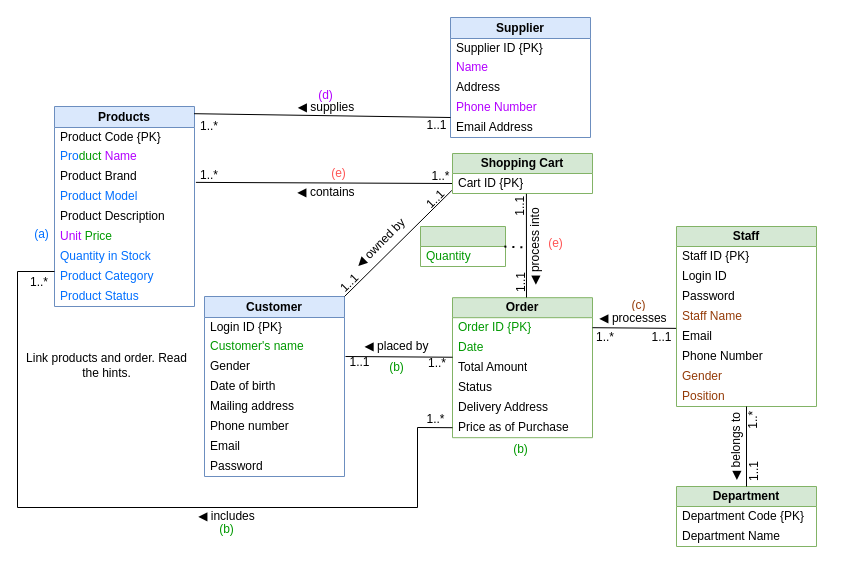
This is Assignment_1.drawio from shadowngks/DBMS, a draw.io file, before an edit. Source tidied: cells renumbered, new cells numbered last; positions are measured from the earlier drawing's top-left corner, leaving out a move shared by most shapes. Both pictures are drawn from the tidied source at 100%, with x=0, y=0 at pixel (17, 17).
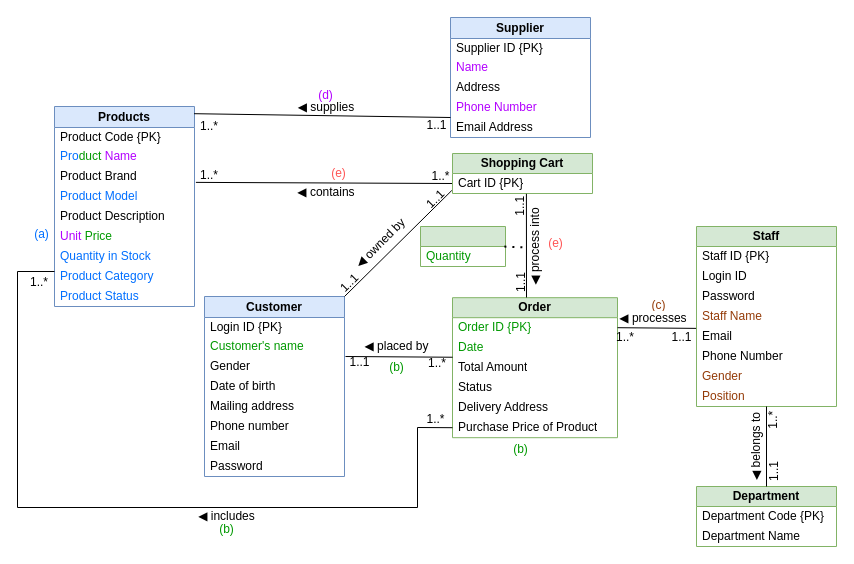
The same diagram, later.

Commit message:
If you know you know

What changed in the source:
```diff
@@
     <mxCell id="35" value="Order" style="swimlane;fontStyle=1;horizontal=1;startSize=20;whiteSpace=wrap;html=1;fillColor=#d5e8d4;strokeColor=#82b366;" parent="1" vertex="1">
-      <mxGeometry x="435" y="280.2" width="140" height="140" as="geometry" />
+      <mxGeometry x="435" y="280.2" width="165" height="140" as="geometry" />
     </mxCell>
     <mxCell id="36" value="Order ID {PK}" style="text;strokeColor=none;fillColor=none;align=left;verticalAlign=middle;spacingLeft=4;spacingRight=4;overflow=hidden;points=[[0,0.5],[1,0.5]];portConstraint=eastwest;whiteSpace=wrap;html=1;fontColor=#009900;" parent="35" vertex="1">
-      <mxGeometry y="20" width="140" height="20" as="geometry" />
+      <mxGeometry y="20" width="165" height="20" as="geometry" />
     </mxCell>
     <mxCell id="37" value="Date" style="text;strokeColor=none;fillColor=none;align=left;verticalAlign=middle;spacingLeft=4;spacingRight=4;overflow=hidden;points=[[0,0.5],[1,0.5]];portConstraint=eastwest;whiteSpace=wrap;html=1;fontColor=#009900;" parent="35" vertex="1">
-      <mxGeometry y="40" width="140" height="20" as="geometry" />
+      <mxGeometry y="40" width="165" height="20" as="geometry" />
     </mxCell>
     <mxCell id="38" value="Total Amount" style="text;strokeColor=none;fillColor=none;align=left;verticalAlign=middle;spacingLeft=4;spacingRight=4;overflow=hidden;whiteSpace=wrap;html=1;" parent="35" vertex="1">
-      <mxGeometry y="60" width="140" height="20" as="geometry" />
+      <mxGeometry y="60" width="165" height="20" as="geometry" />
     </mxCell>
     <mxCell id="39" value="Status" style="text;html=1;align=left;verticalAlign=middle;whiteSpace=wrap;rounded=0;spacingLeft=4;" parent="35" vertex="1">
-      <mxGeometry y="80" width="140" height="20" as="geometry" />
+      <mxGeometry y="80" width="165" height="20" as="geometry" />
     </mxCell>
     <mxCell id="40" value="Delivery Address" style="text;html=1;align=left;verticalAlign=middle;whiteSpace=wrap;rounded=0;spacingLeft=4;" parent="35" vertex="1">
-      <mxGeometry y="100" width="140" height="20" as="geometry" />
+      <mxGeometry y="100" width="165" height="20" as="geometry" />
     </mxCell>
-    <mxCell id="41" value="Price as of Purchase" style="text;strokeColor=none;fillColor=none;align=left;verticalAlign=middle;spacingLeft=4;spacingRight=4;overflow=hidden;points=[[0,0.5],[1,0.5]];portConstraint=eastwest;whiteSpace=wrap;html=1;" parent="35" vertex="1">
-      <mxGeometry y="120" width="140" height="20" as="geometry" />
+    <mxCell id="41" value="Purchase Price of Product" style="text;strokeColor=none;fillColor=none;align=left;verticalAlign=middle;spacingLeft=4;spacingRight=4;overflow=hidden;points=[[0,0.5],[1,0.5]];portConstraint=eastwest;whiteSpace=wrap;html=1;" parent="35" vertex="1">
+      <mxGeometry y="120" width="165" height="20" as="geometry" />
     </mxCell>
@@
     <mxCell id="44" value="Staff" style="swimlane;fontStyle=1;horizontal=1;startSize=20;whiteSpace=wrap;html=1;fillColor=#d5e8d4;strokeColor=#82b366;" parent="1" vertex="1">
-      <mxGeometry x="659" y="209" width="140" height="180" as="geometry" />
+      <mxGeometry x="679" y="209" width="140" height="180" as="geometry" />
     </mxCell>
@@
     <mxCell id="53" value="Department" style="swimlane;fontStyle=1;horizontal=1;startSize=20;whiteSpace=wrap;html=1;fillColor=#d5e8d4;strokeColor=#82b366;" parent="1" vertex="1">
-      <mxGeometry x="659" y="469" width="140" height="60" as="geometry" />
+      <mxGeometry x="679" y="469" width="140" height="60" as="geometry" />
     </mxCell>
@@
     <mxCell id="57" value="&lt;span style=&quot;font-family: sans-serif; font-size: 12.0191px; text-align: start; white-space: pre; background-color: rgb(255, 255, 255);&quot;&gt;◀ belongs to&lt;/span&gt;" style="text;html=1;align=center;verticalAlign=middle;whiteSpace=wrap;rounded=0;rotation=-90;" parent="1" vertex="1">
-      <mxGeometry x="679" y="419" width="80" height="20" as="geometry" />
+      <mxGeometry x="699" y="419" width="80" height="20" as="geometry" />
     </mxCell>
     <mxCell id="58" value="1..1" style="text;html=1;align=center;verticalAlign=middle;whiteSpace=wrap;rounded=0;rotation=-90;" parent="1" vertex="1">
-      <mxGeometry x="722" y="449" width="29" height="10" as="geometry" />
+      <mxGeometry x="742" y="449" width="29" height="10" as="geometry" />
     </mxCell>
     <mxCell id="59" value="1..*" style="text;html=1;align=center;verticalAlign=middle;whiteSpace=wrap;rounded=0;rotation=-90;" parent="1" vertex="1">
-      <mxGeometry x="721" y="399" width="30" height="7.5" as="geometry" />
+      <mxGeometry x="741" y="399" width="30" height="7.5" as="geometry" />
     </mxCell>
@@
     <mxCell id="63" value="&lt;span style=&quot;font-family: sans-serif; font-size: 12.0191px; text-align: start; white-space: pre; background-color: rgb(255, 255, 255);&quot;&gt;(c)&lt;/span&gt;" style="text;html=1;align=center;verticalAlign=middle;whiteSpace=wrap;rounded=0;fontColor=#943B08;" parent="1" vertex="1">
-      <mxGeometry x="609" y="280" width="25" height="15" as="geometry" />
+      <mxGeometry x="629" y="280" width="25" height="15" as="geometry" />
     </mxCell>
@@
     <mxCell id="66" value="&lt;span style=&quot;font-family: sans-serif; font-size: 12.0191px; text-align: start; white-space: pre; background-color: rgb(255, 255, 255);&quot;&gt;◀ processes&lt;/span&gt;" style="text;html=1;align=center;verticalAlign=middle;whiteSpace=wrap;rounded=0;" parent="1" vertex="1">
-      <mxGeometry x="576" y="292" width="80" height="18" as="geometry" />
+      <mxGeometry x="596" y="292" width="80" height="18" as="geometry" />
     </mxCell>
     <mxCell id="67" value="1..*" style="text;html=1;align=center;verticalAlign=middle;whiteSpace=wrap;rounded=0;" parent="1" vertex="1">
-      <mxGeometry x="573" y="315.8" width="30" height="7.5" as="geometry" />
+      <mxGeometry x="593" y="315.8" width="30" height="7.5" as="geometry" />
     </mxCell>
     <mxCell id="68" value="1..1" style="text;html=1;align=center;verticalAlign=middle;whiteSpace=wrap;rounded=0;" parent="1" vertex="1">
-      <mxGeometry x="630" y="314.5" width="29" height="10" as="geometry" />
+      <mxGeometry x="650" y="314.5" width="29" height="10" as="geometry" />
     </mxCell>
@@
-    <mxCell id="83" value="Link products and order. Read the hints." style="text;html=1;align=center;verticalAlign=middle;whiteSpace=wrap;rounded=0;" parent="1" vertex="1">
-      <mxGeometry x="2" y="296" width="175" height="104" as="geometry" />
-    </mxCell>
```
